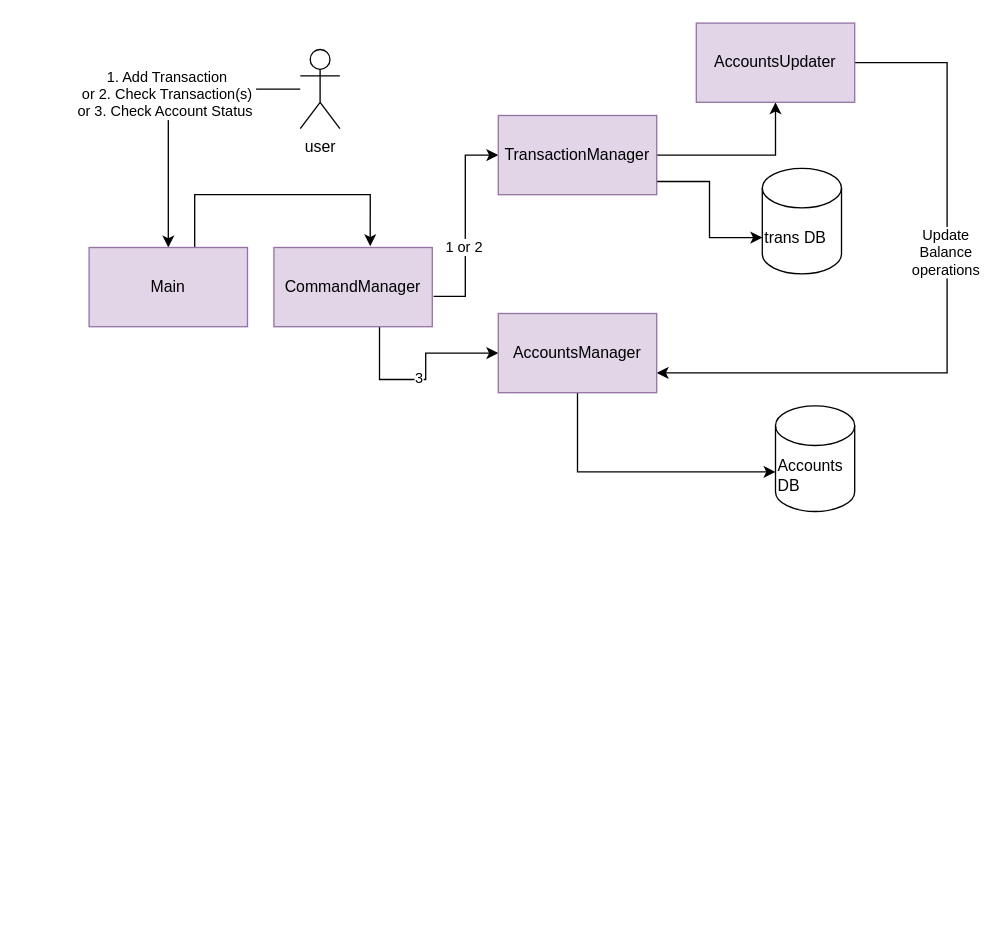
Before: page "HLD" (1 of 3) of architecture/personal_finance_utility.drawio in pogo420/persofin, a draw.io diagram. Source tidied: cells renumbered, new cells numbered last; positions are measured from the earlier drawing's top-left corner, leaving out a move shared by most shapes. Both pictures are drawn from the tidied source at 132%, with x=0, y=0 at pixel (88, 22).
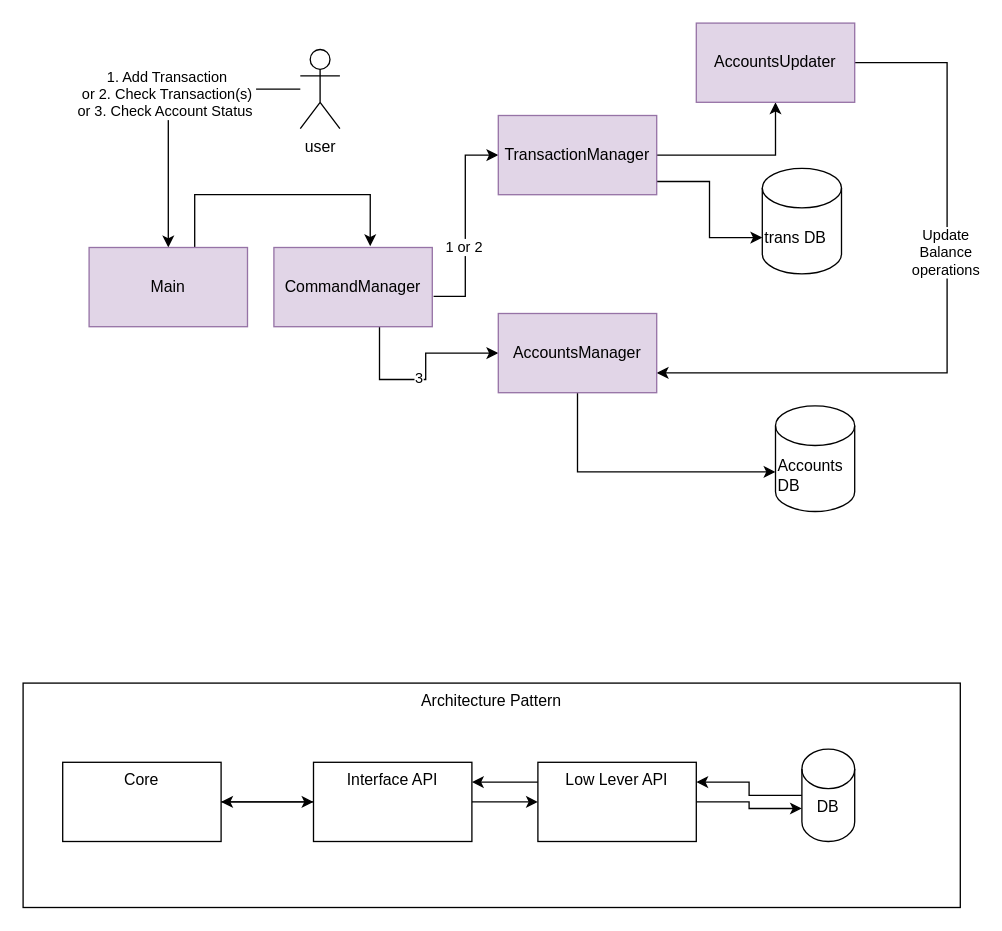
Above is the later version.

The edit, as a diff of the source:
```diff
@@
+    <mxCell id="22" value="Architecture Pattern" style="rounded=0;whiteSpace=wrap;html=1;verticalAlign=top;" parent="1" vertex="1">
+      <mxGeometry x="-50" y="500" width="710" height="170" as="geometry" />
+    </mxCell>
@@
+    <mxCell id="23" style="edgeStyle=orthogonalEdgeStyle;rounded=0;jettySize=auto;html=1;exitX=1;exitY=0.5;exitDx=0;exitDy=0;entryX=0;entryY=0.5;entryDx=0;entryDy=0;" parent="1" edge="1" source="24" target="27">
+      <mxGeometry relative="1" as="geometry" />
+    </mxCell>
+    <mxCell id="24" value="Core" style="rounded=0;whiteSpace=wrap;html=1;verticalAlign=top;" parent="1" vertex="1">
+      <mxGeometry x="-20" y="560" width="120" height="60" as="geometry" />
+    </mxCell>
+    <mxCell id="25" style="edgeStyle=orthogonalEdgeStyle;rounded=0;jettySize=auto;html=1;exitX=1;exitY=0.5;exitDx=0;exitDy=0;" parent="1" edge="1" source="27" target="30">
+      <mxGeometry relative="1" as="geometry" />
+    </mxCell>
+    <mxCell id="26" style="edgeStyle=orthogonalEdgeStyle;rounded=0;jettySize=auto;html=1;" parent="1" edge="1" source="27" target="24">
+      <mxGeometry relative="1" as="geometry" />
+    </mxCell>
+    <mxCell id="27" value="Interface API" style="rounded=0;whiteSpace=wrap;html=1;verticalAlign=top;" parent="1" vertex="1">
+      <mxGeometry x="170" y="560" width="120" height="60" as="geometry" />
+    </mxCell>
+    <mxCell id="28" style="edgeStyle=orthogonalEdgeStyle;rounded=0;jettySize=auto;html=1;entryX=0;entryY=0;entryDx=0;entryDy=45;entryPerimeter=0;" parent="1" edge="1" source="30" target="32">
+      <mxGeometry relative="1" as="geometry" />
+    </mxCell>
+    <mxCell id="29" style="edgeStyle=orthogonalEdgeStyle;rounded=0;jettySize=auto;html=1;exitX=0;exitY=0.25;exitDx=0;exitDy=0;entryX=1;entryY=0.25;entryDx=0;entryDy=0;" parent="1" edge="1" source="30" target="27">
+      <mxGeometry relative="1" as="geometry" />
+    </mxCell>
+    <mxCell id="30" value="Low Lever API" style="rounded=0;whiteSpace=wrap;html=1;verticalAlign=top;" parent="1" vertex="1">
+      <mxGeometry x="340" y="560" width="120" height="60" as="geometry" />
+    </mxCell>
+    <mxCell id="31" style="edgeStyle=orthogonalEdgeStyle;rounded=0;jettySize=auto;html=1;entryX=1;entryY=0.25;entryDx=0;entryDy=0;" parent="1" edge="1" source="32" target="30">
+      <mxGeometry relative="1" as="geometry" />
+    </mxCell>
+    <mxCell id="32" value="DB" style="shape=cylinder3;whiteSpace=wrap;html=1;boundedLbl=1;backgroundOutline=1;size=15;verticalAlign=top;" parent="1" vertex="1">
+      <mxGeometry x="540" y="550" width="40" height="70" as="geometry" />
+    </mxCell>
```
